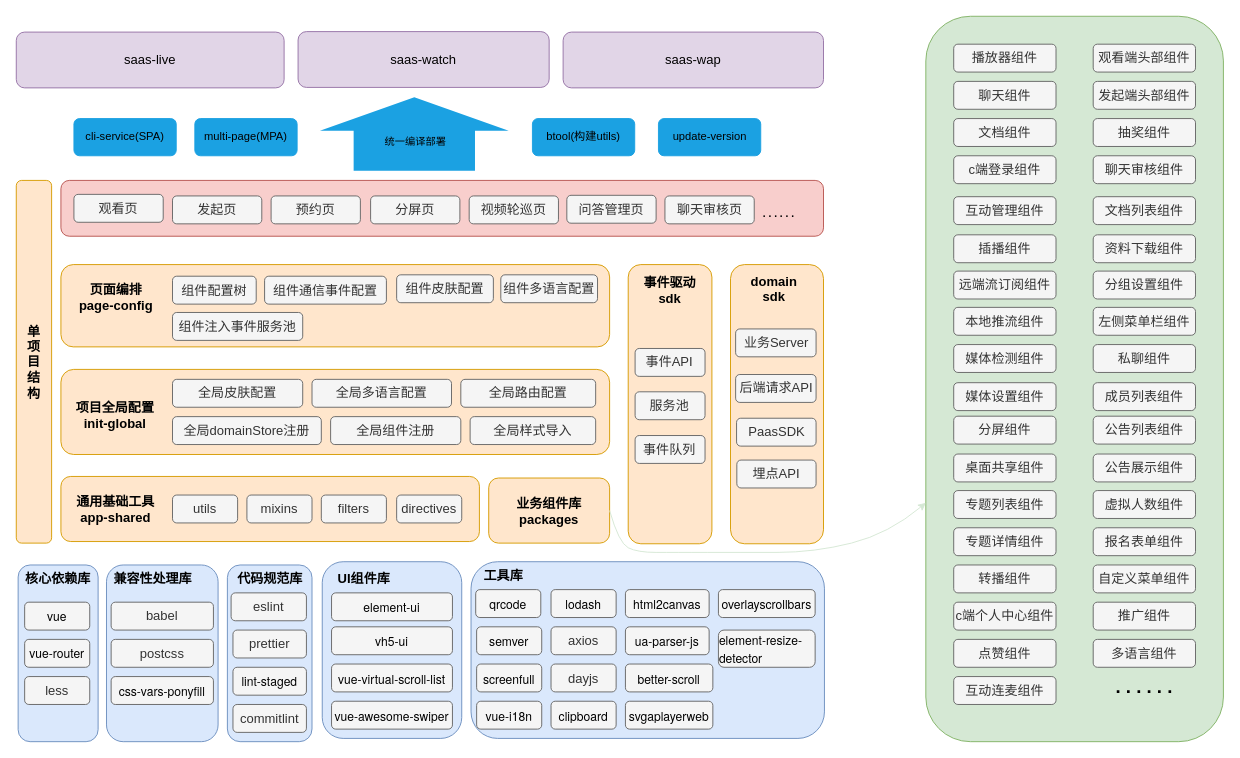
Before: docs/platform项目架构.drawio in github-zoqg/vhall-platform, a draw.io diagram. Source tidied: cells renumbered, new cells numbered last; positions are measured from the earlier drawing's top-left corner, leaving out a move shared by most shapes. Both pictures are drawn from the tidied source at 93%, with x=0, y=0 at pixel (16, 16).
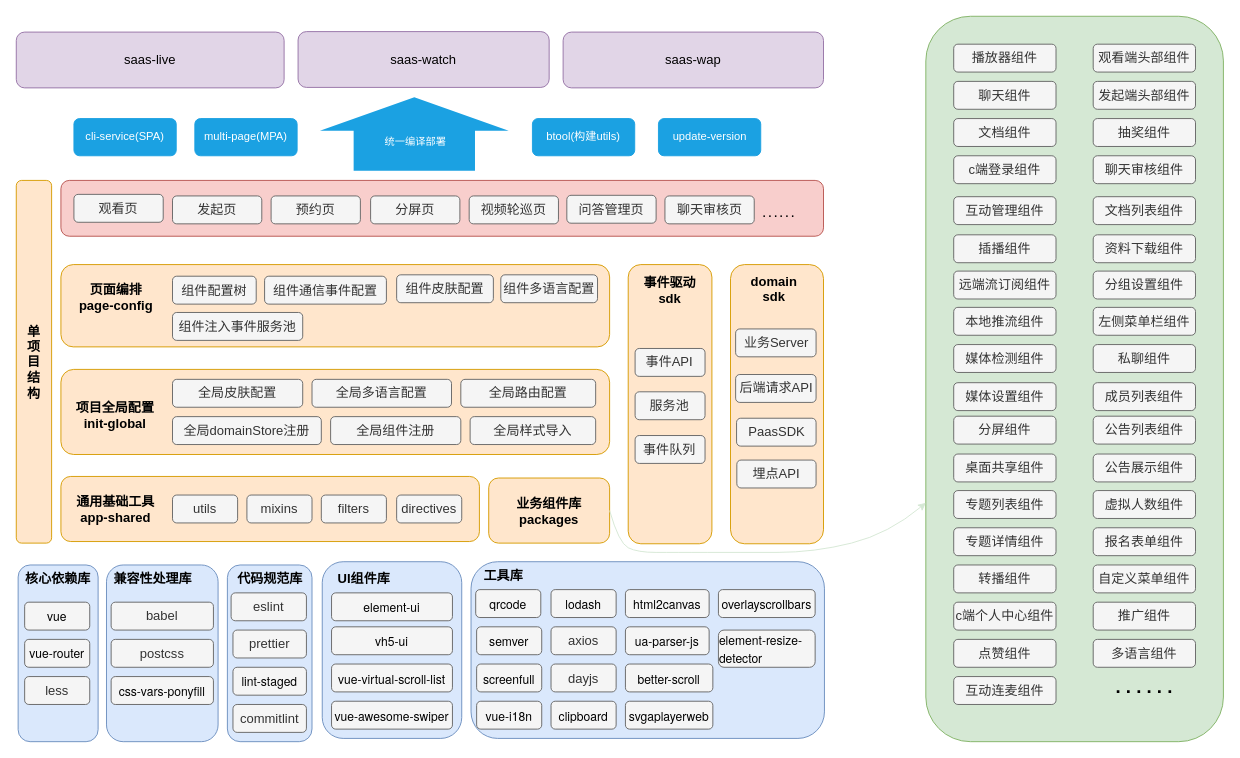
After the change.

Commit message (it also covers changes not shown here):
docs: 细化编译部署

Unchanged cells that the change refers to:
```xml
<mxCell id="121" style="shape=flexArrow;endArrow=classic;html=1;rounded=0;width=130.47619047619048;endWidth=71.51927437641724;endSize=11.666666666666666;fillColor=#1ba1e2;strokeColor=none;" parent="1" edge="1">
  <mxGeometry relative="1" as="geometry">
    <mxPoint x="428" y="166.5" as="sourcePoint" />
    <mxPoint x="428" y="86.5" as="targetPoint" />
  </mxGeometry>
</mxCell>
```

What changed in the source:
```diff
@@
-    <mxCell id="122" value="统一编译部署" style="edgeLabel;html=1;align=center;verticalAlign=middle;labelBackgroundColor=#1BA1E2;" parent="121" vertex="1">
+    <mxCell id="122" value="统一编译部署" style="edgeLabel;html=1;align=center;verticalAlign=middle;labelBackgroundColor=#1BA1E2;fontColor=#FFFFFF;" parent="121" vertex="1">
       <mxGeometry x="-0.11" y="-32" relative="1" as="geometry">
         <mxPoint x="-32" y="4" as="offset" />
       </mxGeometry>
     </mxCell>
@@
-    <mxCell id="127" value="cli-service(SPA)" style="rounded=1;whiteSpace=wrap;html=1;fillColor=#1BA1E2;strokeColor=#1BA1E2;" parent="1" vertex="1">
+    <mxCell id="127" value="cli-service(SPA)" style="rounded=1;whiteSpace=wrap;html=1;fillColor=#1BA1E2;strokeColor=#1BA1E2;fontColor=#FFFFFF;" parent="1" vertex="1">
       <mxGeometry x="62" y="110" width="110" height="40" as="geometry" />
     </mxCell>
-    <mxCell id="128" value="multi-page(MPA)" style="rounded=1;whiteSpace=wrap;html=1;fillColor=#1BA1E2;strokeColor=#1BA1E2;" parent="1" vertex="1">
+    <mxCell id="128" value="multi-page(MPA)" style="rounded=1;whiteSpace=wrap;html=1;fillColor=#1BA1E2;strokeColor=#1BA1E2;fontColor=#FFFFFF;" parent="1" vertex="1">
       <mxGeometry x="192" y="110" width="110" height="40" as="geometry" />
     </mxCell>
-    <mxCell id="129" value="btool(构建utils)" style="rounded=1;whiteSpace=wrap;html=1;fillColor=#1BA1E2;strokeColor=#1BA1E2;" parent="1" vertex="1">
+    <mxCell id="129" value="btool(构建utils)" style="rounded=1;whiteSpace=wrap;html=1;fillColor=#1BA1E2;strokeColor=#1BA1E2;fontColor=#FFFFFF;" parent="1" vertex="1">
       <mxGeometry x="555" y="110" width="110" height="40" as="geometry" />
     </mxCell>
-    <mxCell id="130" value="update-version" style="rounded=1;whiteSpace=wrap;html=1;fillColor=#1BA1E2;strokeColor=#1BA1E2;" parent="1" vertex="1">
+    <mxCell id="130" value="update-version" style="rounded=1;whiteSpace=wrap;html=1;fillColor=#1BA1E2;strokeColor=#1BA1E2;fontColor=#FFFFFF;" parent="1" vertex="1">
       <mxGeometry x="690.5" y="110" width="110" height="40" as="geometry" />
     </mxCell>
```
